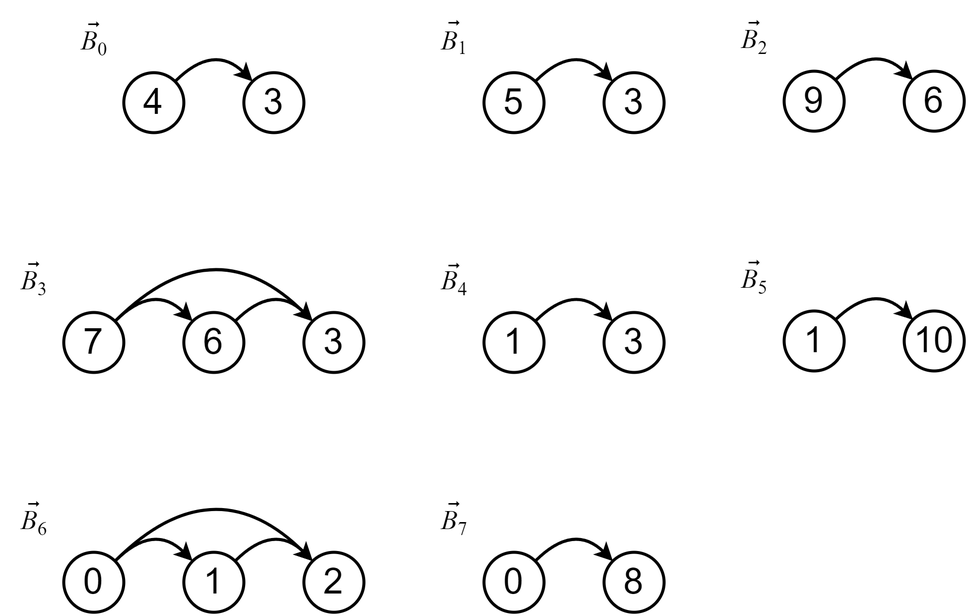
IC-99/book-embeddings keeps this draw.io diagram as thesis/images/topological_orders.png. Above is the earlier version. Source tidied: cells renumbered, new cells last; positions are measured from the earlier drawing's top-left corner, leaving out a move shared by most shapes.
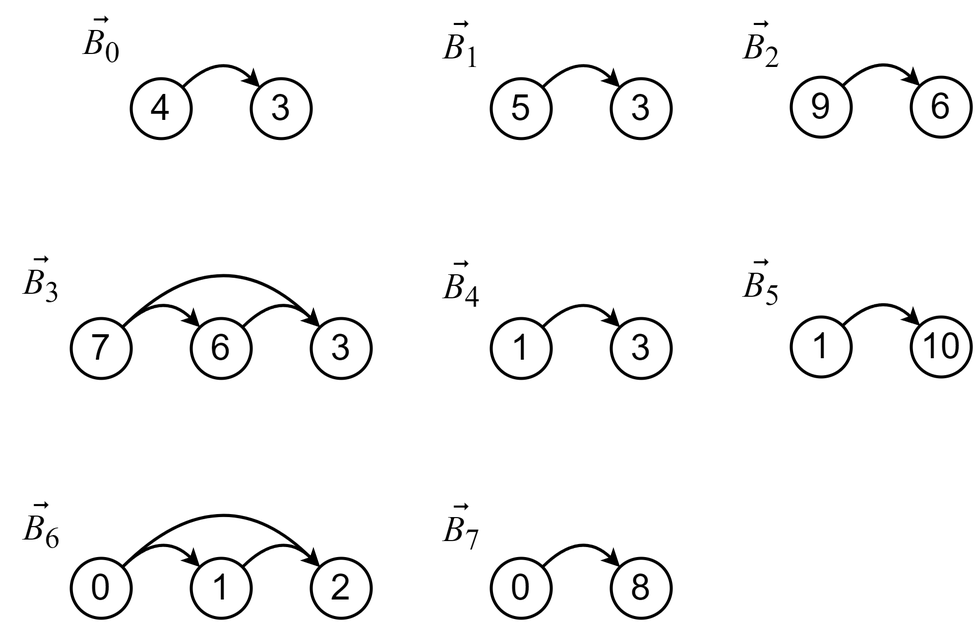
Above is the later version.

The edit, as a diff of the source:
```diff
@@ -5,54 +5,6 @@
     <mxCell id="2" value="&lt;font face=&quot;Helvetica&quot; style=&quot;font-size: 24px;&quot;&gt;4&lt;/font&gt;" style="ellipse;whiteSpace=wrap;html=1;strokeWidth=2;" parent="1" vertex="1">
       <mxGeometry x="80" y="46" width="40" height="40" as="geometry" />
     </mxCell>
-    <mxCell id="3" value="&lt;i style=&quot;font-size: 18px;&quot;&gt;B&lt;/i&gt;&lt;sub style=&quot;&quot;&gt;&lt;font style=&quot;font-size: 12.5px;&quot;&gt;1&lt;/font&gt;&lt;/sub&gt;" style="text;html=1;align=center;verticalAlign=middle;strokeColor=none;fillColor=none;strokeWidth=1;fontFamily=Times New Roman;fontStyle=0;" parent="1" vertex="1">
-      <mxGeometry x="280" y="6" width="40" height="40" as="geometry" />
-    </mxCell>
-    <mxCell id="4" value="&lt;span style=&quot;&quot;&gt;&lt;span style=&quot;font-style: italic; font-size: 18px;&quot;&gt;B&lt;/span&gt;&lt;span style=&quot;font-size: 15px;&quot;&gt;&lt;sub style=&quot;&quot;&gt;0&lt;/sub&gt;&lt;/span&gt;&lt;/span&gt;" style="text;html=1;align=center;verticalAlign=middle;strokeColor=none;fillColor=none;strokeWidth=1;fontFamily=Times New Roman;fontStyle=0;" parent="1" vertex="1">
-      <mxGeometry x="40" y="6" width="40" height="40" as="geometry" />
-    </mxCell>
-    <mxCell id="5" value="&lt;span style=&quot;&quot;&gt;&lt;span style=&quot;font-style: italic; font-size: 18px;&quot;&gt;B&lt;/span&gt;&lt;span style=&quot;font-size: 15px;&quot;&gt;&lt;sub style=&quot;&quot;&gt;2&lt;/sub&gt;&lt;/span&gt;&lt;/span&gt;" style="text;html=1;align=center;verticalAlign=middle;strokeColor=none;fillColor=none;strokeWidth=1;fontFamily=Times New Roman;fontStyle=0;" parent="1" vertex="1">
-      <mxGeometry x="480" y="5" width="40" height="40" as="geometry" />
-    </mxCell>
-    <mxCell id="6" value="&lt;span style=&quot;&quot;&gt;&lt;span style=&quot;font-style: italic; font-size: 18px;&quot;&gt;B&lt;/span&gt;&lt;span style=&quot;font-size: 15px;&quot;&gt;&lt;sub style=&quot;&quot;&gt;3&lt;/sub&gt;&lt;/span&gt;&lt;/span&gt;" style="text;html=1;align=center;verticalAlign=middle;strokeColor=none;fillColor=none;strokeWidth=1;fontFamily=Times New Roman;fontStyle=0;" parent="1" vertex="1">
-      <mxGeometry y="166" width="40" height="40" as="geometry" />
-    </mxCell>
-    <mxCell id="7" value="&lt;span style=&quot;&quot;&gt;&lt;span style=&quot;font-style: italic; font-size: 18px;&quot;&gt;B&lt;/span&gt;&lt;span style=&quot;font-size: 15px;&quot;&gt;&lt;sub style=&quot;&quot;&gt;4&lt;/sub&gt;&lt;/span&gt;&lt;/span&gt;" style="text;html=1;align=center;verticalAlign=middle;strokeColor=none;fillColor=none;strokeWidth=1;fontFamily=Times New Roman;fontStyle=0;" parent="1" vertex="1">
-      <mxGeometry x="280" y="166" width="40" height="40" as="geometry" />
-    </mxCell>
-    <mxCell id="8" value="&lt;span style=&quot;&quot;&gt;&lt;span style=&quot;font-style: italic; font-size: 18px;&quot;&gt;B&lt;/span&gt;&lt;span style=&quot;font-size: 15px;&quot;&gt;&lt;sub style=&quot;&quot;&gt;5&lt;/sub&gt;&lt;/span&gt;&lt;/span&gt;" style="text;html=1;align=center;verticalAlign=middle;strokeColor=none;fillColor=none;strokeWidth=1;fontFamily=Times New Roman;fontStyle=0;" parent="1" vertex="1">
-      <mxGeometry x="480" y="165" width="40" height="40" as="geometry" />
-    </mxCell>
-    <mxCell id="9" value="&lt;span style=&quot;&quot;&gt;&lt;span style=&quot;font-style: italic; font-size: 18px;&quot;&gt;B&lt;/span&gt;&lt;span style=&quot;font-size: 15px;&quot;&gt;&lt;sub style=&quot;&quot;&gt;6&lt;/sub&gt;&lt;/span&gt;&lt;/span&gt;" style="text;html=1;align=center;verticalAlign=middle;strokeColor=none;fillColor=none;strokeWidth=1;fontFamily=Times New Roman;fontStyle=0;" parent="1" vertex="1">
-      <mxGeometry y="326" width="40" height="40" as="geometry" />
-    </mxCell>
-    <mxCell id="10" value="&lt;span style=&quot;&quot;&gt;&lt;span style=&quot;font-style: italic; font-size: 18px;&quot;&gt;B&lt;/span&gt;&lt;span style=&quot;font-size: 15px;&quot;&gt;&lt;sub style=&quot;&quot;&gt;7&lt;/sub&gt;&lt;/span&gt;&lt;/span&gt;" style="text;html=1;align=center;verticalAlign=middle;strokeColor=none;fillColor=none;strokeWidth=1;fontFamily=Times New Roman;fontStyle=0;" parent="1" vertex="1">
-      <mxGeometry x="280" y="326" width="40" height="40" as="geometry" />
-    </mxCell>
-    <mxCell id="11" value="&lt;var class=&quot;vector&quot;&gt;&lt;span&gt;&lt;font style=&quot;font-size: 18px;&quot;&gt;⃗&lt;/font&gt;&lt;/span&gt;&lt;/var&gt;" style="text;html=1;align=center;verticalAlign=middle;strokeColor=none;fillColor=none;fontFamily=Times New Roman;fontStyle=0;" parent="1" vertex="1">
-      <mxGeometry x="490" width="20" height="40" as="geometry" />
-    </mxCell>
-    <mxCell id="12" value="&lt;var class=&quot;vector&quot;&gt;&lt;span&gt;&lt;font style=&quot;font-size: 18px;&quot;&gt;⃗&lt;/font&gt;&lt;/span&gt;&lt;/var&gt;" style="text;html=1;align=center;verticalAlign=middle;strokeColor=none;fillColor=none;fontFamily=Times New Roman;" parent="1" vertex="1">
-      <mxGeometry x="290" width="20" height="40" as="geometry" />
-    </mxCell>
-    <mxCell id="13" value="&lt;var class=&quot;vector&quot;&gt;&lt;span&gt;&lt;font style=&quot;font-size: 18px;&quot;&gt;⃗&lt;/font&gt;&lt;/span&gt;&lt;/var&gt;" style="text;html=1;align=center;verticalAlign=middle;strokeColor=none;fillColor=none;fontFamily=Times New Roman;" parent="1" vertex="1">
-      <mxGeometry x="50" y="1" width="20" height="40" as="geometry" />
-    </mxCell>
-    <mxCell id="14" value="&lt;var class=&quot;vector&quot;&gt;&lt;span&gt;&lt;font style=&quot;font-size: 18px;&quot;&gt;⃗&lt;/font&gt;&lt;/span&gt;&lt;/var&gt;" style="text;html=1;align=center;verticalAlign=middle;strokeColor=none;fillColor=none;fontFamily=Times New Roman;" parent="1" vertex="1">
-      <mxGeometry x="290" y="162" width="20" height="40" as="geometry" />
-    </mxCell>
-    <mxCell id="15" value="&lt;var class=&quot;vector&quot;&gt;&lt;span&gt;&lt;font style=&quot;font-size: 18px;&quot;&gt;⃗&lt;/font&gt;&lt;/span&gt;&lt;/var&gt;" style="text;html=1;align=center;verticalAlign=middle;strokeColor=none;fillColor=none;fontFamily=Times New Roman;" parent="1" vertex="1">
-      <mxGeometry x="490" y="160.2" width="20" height="40" as="geometry" />
-    </mxCell>
-    <mxCell id="16" value="&lt;var class=&quot;vector&quot;&gt;&lt;span&gt;&lt;font style=&quot;font-size: 18px;&quot;&gt;⃗&lt;/font&gt;&lt;/span&gt;&lt;/var&gt;" style="text;html=1;align=center;verticalAlign=middle;strokeColor=none;fillColor=none;fontFamily=Times New Roman;" parent="1" vertex="1">
-      <mxGeometry x="10" y="161" width="20" height="40" as="geometry" />
-    </mxCell>
-    <mxCell id="17" value="&lt;var class=&quot;vector&quot;&gt;&lt;span&gt;&lt;font style=&quot;font-size: 18px;&quot;&gt;⃗&lt;/font&gt;&lt;/span&gt;&lt;/var&gt;" style="text;html=1;align=center;verticalAlign=middle;strokeColor=none;fillColor=none;fontFamily=Times New Roman;" parent="1" vertex="1">
-      <mxGeometry x="290" y="321" width="20" height="40" as="geometry" />
-    </mxCell>
-    <mxCell id="18" value="&lt;var class=&quot;vector&quot;&gt;&lt;span&gt;&lt;font style=&quot;font-size: 18px;&quot;&gt;⃗&lt;/font&gt;&lt;/span&gt;&lt;/var&gt;" style="text;html=1;align=center;verticalAlign=middle;strokeColor=none;fillColor=none;fontFamily=Times New Roman;" parent="1" vertex="1">
-      <mxGeometry x="10" y="321" width="20" height="40" as="geometry" />
-    </mxCell>
     <mxCell id="19" value="&lt;font face=&quot;Helvetica&quot; style=&quot;font-size: 24px;&quot;&gt;3&lt;/font&gt;" style="ellipse;whiteSpace=wrap;html=1;strokeWidth=2;" parent="1" vertex="1">
       <mxGeometry x="160" y="46" width="40" height="40" as="geometry" />
     </mxCell>
@@ -188,5 +140,53 @@
         </Array>
       </mxGeometry>
     </mxCell>
+    <mxCell id="9" value="&lt;span style=&quot;font-size: 24px; font-style: italic;&quot;&gt;B&lt;/span&gt;&lt;sub style=&quot;&quot;&gt;&lt;font style=&quot;font-size: 20px;&quot;&gt;6&lt;/font&gt;&lt;/sub&gt;" style="text;html=1;align=center;verticalAlign=middle;strokeColor=none;fillColor=none;strokeWidth=1;fontFamily=Times New Roman;fontStyle=0;fontSize=24;" parent="1" vertex="1">
+      <mxGeometry x="-5" y="322.5" width="50" height="50" as="geometry" />
+    </mxCell>
+    <mxCell id="48" value="&lt;var class=&quot;vector&quot;&gt;&lt;span&gt;&lt;font style=&quot;font-size: 24px;&quot;&gt;⃗&lt;/font&gt;&lt;/span&gt;&lt;/var&gt;" style="text;html=1;align=center;verticalAlign=middle;strokeColor=none;fillColor=none;fontFamily=Times New Roman;" parent="1" vertex="1">
+      <mxGeometry x="10" y="319.5" width="20" height="40" as="geometry" />
+    </mxCell>
+    <mxCell id="4" value="&lt;span style=&quot;font-size: 24px; font-style: italic;&quot;&gt;B&lt;/span&gt;&lt;sub style=&quot;&quot;&gt;&lt;font style=&quot;font-size: 20px;&quot;&gt;0&lt;/font&gt;&lt;/sub&gt;" style="text;html=1;align=center;verticalAlign=middle;strokeColor=none;fillColor=none;strokeWidth=1;fontFamily=Times New Roman;fontStyle=0;fontSize=24;" parent="1" vertex="1">
+      <mxGeometry x="35" y="-1" width="50" height="50" as="geometry" />
+    </mxCell>
+    <mxCell id="49" value="&lt;var class=&quot;vector&quot;&gt;&lt;span&gt;&lt;font style=&quot;font-size: 24px;&quot;&gt;⃗&lt;/font&gt;&lt;/span&gt;&lt;/var&gt;" style="text;html=1;align=center;verticalAlign=middle;strokeColor=none;fillColor=none;fontFamily=Times New Roman;" parent="1" vertex="1">
+      <mxGeometry x="50" y="-4" width="20" height="40" as="geometry" />
+    </mxCell>
+    <mxCell id="3" value="&lt;span style=&quot;font-size: 24px; font-style: italic;&quot;&gt;B&lt;/span&gt;&lt;sub style=&quot;&quot;&gt;&lt;font style=&quot;font-size: 20px;&quot;&gt;1&lt;/font&gt;&lt;/sub&gt;" style="text;html=1;align=center;verticalAlign=middle;strokeColor=none;fillColor=none;strokeWidth=1;fontFamily=Times New Roman;fontStyle=0;fontSize=24;" parent="1" vertex="1">
+      <mxGeometry x="275" y="2" width="50" height="50" as="geometry" />
+    </mxCell>
+    <mxCell id="50" value="&lt;var class=&quot;vector&quot;&gt;&lt;span&gt;&lt;font style=&quot;font-size: 24px;&quot;&gt;⃗&lt;/font&gt;&lt;/span&gt;&lt;/var&gt;" style="text;html=1;align=center;verticalAlign=middle;strokeColor=none;fillColor=none;fontFamily=Times New Roman;" parent="1" vertex="1">
+      <mxGeometry x="290" y="-1" width="20" height="40" as="geometry" />
+    </mxCell>
+    <mxCell id="5" value="&lt;span style=&quot;font-size: 24px; font-style: italic;&quot;&gt;B&lt;/span&gt;&lt;sub style=&quot;&quot;&gt;&lt;font style=&quot;font-size: 20px;&quot;&gt;2&lt;/font&gt;&lt;/sub&gt;" style="text;html=1;align=center;verticalAlign=middle;strokeColor=none;fillColor=none;strokeWidth=1;fontFamily=Times New Roman;fontStyle=0;fontSize=24;" parent="1" vertex="1">
+      <mxGeometry x="475" y="2" width="50" height="50" as="geometry" />
+    </mxCell>
+    <mxCell id="51" value="&lt;var class=&quot;vector&quot;&gt;&lt;span&gt;&lt;font style=&quot;font-size: 24px;&quot;&gt;⃗&lt;/font&gt;&lt;/span&gt;&lt;/var&gt;" style="text;html=1;align=center;verticalAlign=middle;strokeColor=none;fillColor=none;fontFamily=Times New Roman;" parent="1" vertex="1">
+      <mxGeometry x="490" y="-1" width="20" height="40" as="geometry" />
+    </mxCell>
+    <mxCell id="6" value="&lt;span style=&quot;font-size: 24px; font-style: italic;&quot;&gt;B&lt;/span&gt;&lt;sub style=&quot;&quot;&gt;&lt;font style=&quot;font-size: 20px;&quot;&gt;3&lt;/font&gt;&lt;/sub&gt;" style="text;html=1;align=center;verticalAlign=middle;strokeColor=none;fillColor=none;strokeWidth=1;fontFamily=Times New Roman;fontStyle=0;fontSize=24;" parent="1" vertex="1">
+      <mxGeometry x="-5" y="159" width="50" height="50" as="geometry" />
+    </mxCell>
+    <mxCell id="52" value="&lt;var class=&quot;vector&quot;&gt;&lt;span&gt;&lt;font style=&quot;font-size: 24px;&quot;&gt;⃗&lt;/font&gt;&lt;/span&gt;&lt;/var&gt;" style="text;html=1;align=center;verticalAlign=middle;strokeColor=none;fillColor=none;fontFamily=Times New Roman;" parent="1" vertex="1">
+      <mxGeometry x="10" y="156" width="20" height="40" as="geometry" />
+    </mxCell>
+    <mxCell id="7" value="&lt;span style=&quot;font-size: 24px; font-style: italic;&quot;&gt;B&lt;/span&gt;&lt;sub style=&quot;&quot;&gt;&lt;font style=&quot;font-size: 20px;&quot;&gt;4&lt;/font&gt;&lt;/sub&gt;" style="text;html=1;align=center;verticalAlign=middle;strokeColor=none;fillColor=none;strokeWidth=1;fontFamily=Times New Roman;fontStyle=0;fontSize=24;" parent="1" vertex="1">
+      <mxGeometry x="275" y="162" width="50" height="50" as="geometry" />
+    </mxCell>
+    <mxCell id="53" value="&lt;var class=&quot;vector&quot;&gt;&lt;span&gt;&lt;font style=&quot;font-size: 24px;&quot;&gt;⃗&lt;/font&gt;&lt;/span&gt;&lt;/var&gt;" style="text;html=1;align=center;verticalAlign=middle;strokeColor=none;fillColor=none;fontFamily=Times New Roman;" parent="1" vertex="1">
+      <mxGeometry x="290" y="159" width="20" height="40" as="geometry" />
+    </mxCell>
+    <mxCell id="8" value="&lt;span style=&quot;font-size: 24px; font-style: italic;&quot;&gt;B&lt;/span&gt;&lt;sub style=&quot;&quot;&gt;&lt;font style=&quot;font-size: 20px;&quot;&gt;5&lt;/font&gt;&lt;/sub&gt;" style="text;html=1;align=center;verticalAlign=middle;strokeColor=none;fillColor=none;strokeWidth=1;fontFamily=Times New Roman;fontStyle=0;fontSize=24;" parent="1" vertex="1">
+      <mxGeometry x="475" y="160.5" width="50" height="50" as="geometry" />
+    </mxCell>
+    <mxCell id="54" value="&lt;var class=&quot;vector&quot;&gt;&lt;span&gt;&lt;font style=&quot;font-size: 24px;&quot;&gt;⃗&lt;/font&gt;&lt;/span&gt;&lt;/var&gt;" style="text;html=1;align=center;verticalAlign=middle;strokeColor=none;fillColor=none;fontFamily=Times New Roman;" parent="1" vertex="1">
+      <mxGeometry x="490" y="157.5" width="20" height="40" as="geometry" />
+    </mxCell>
+    <mxCell id="10" value="&lt;span style=&quot;font-size: 24px; font-style: italic;&quot;&gt;B&lt;/span&gt;&lt;sub style=&quot;&quot;&gt;&lt;font style=&quot;font-size: 20px;&quot;&gt;7&lt;/font&gt;&lt;/sub&gt;" style="text;html=1;align=center;verticalAlign=middle;strokeColor=none;fillColor=none;strokeWidth=1;fontFamily=Times New Roman;fontStyle=0;fontSize=24;" parent="1" vertex="1">
+      <mxGeometry x="275" y="324" width="50" height="50" as="geometry" />
+    </mxCell>
+    <mxCell id="55" value="&lt;var class=&quot;vector&quot;&gt;&lt;span&gt;&lt;font style=&quot;font-size: 24px;&quot;&gt;⃗&lt;/font&gt;&lt;/span&gt;&lt;/var&gt;" style="text;html=1;align=center;verticalAlign=middle;strokeColor=none;fillColor=none;fontFamily=Times New Roman;" parent="1" vertex="1">
+      <mxGeometry x="290" y="321" width="20" height="40" as="geometry" />
+    </mxCell>
   </root>
 </mxGraphModel>
```
